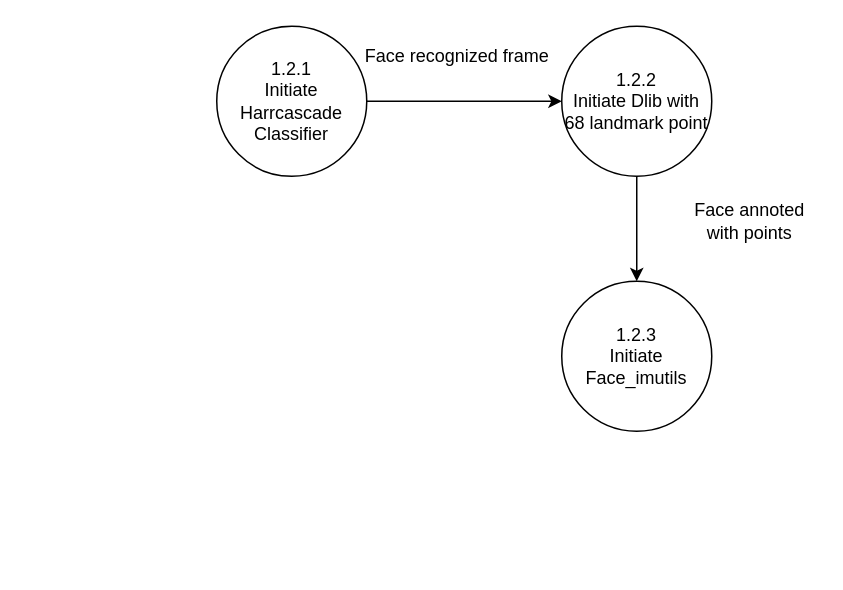
This is dfdlevel3.drawio from jonamadk/DrawIO, a draw.io file, before an edit. Source tidied: cells renumbered, new cells numbered last; positions are measured from the earlier drawing's top-left corner, leaving out a move shared by most shapes. Both pictures are drawn from the tidied source at 150%, with x=0, y=0 at pixel (216, 26).
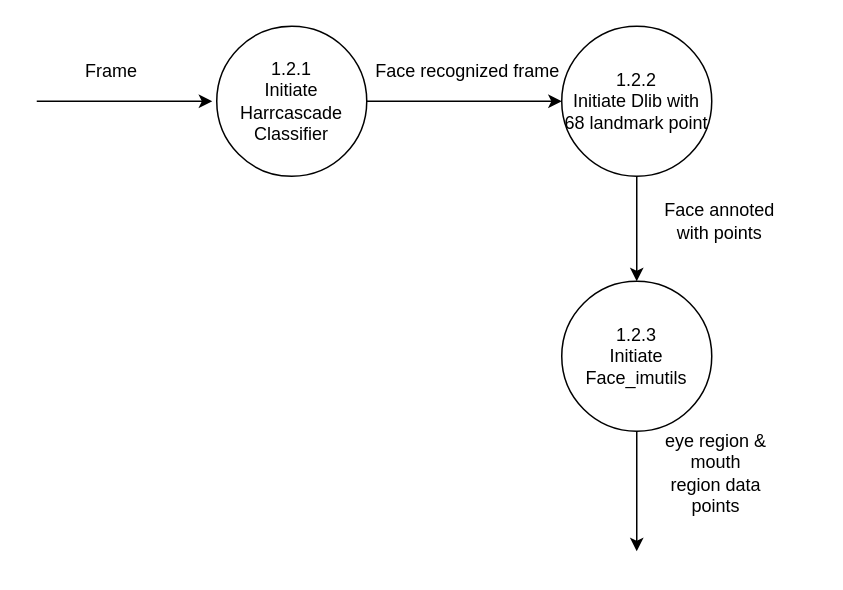
After the change.

Change to the diagram source:
```diff
@@
 <mxGraphModel>
   <root>
     <mxCell id="0" />
     <mxCell id="1" parent="0" />
     <mxCell id="2" value="1.2.1&lt;br&gt;Initiate Harrcascade&lt;br&gt;Classifier" style="ellipse;whiteSpace=wrap;html=1;" parent="1" vertex="1">
       <mxGeometry width="100" height="100" as="geometry" />
     </mxCell>
     <mxCell id="3" value="1.2.2&lt;br&gt;Initiate Dlib with 68 landmark point" style="ellipse;whiteSpace=wrap;html=1;" parent="1" vertex="1">
       <mxGeometry x="230" width="100" height="100" as="geometry" />
     </mxCell>
     <mxCell id="4" style="endArrow=classic;html=1;exitX=1;exitY=0.5;exitDx=0;exitDy=0;entryX=0;entryY=0.5;entryDx=0;entryDy=0;" parent="1" edge="1" source="2" target="3">
       <mxGeometry relative="1" as="geometry" />
     </mxCell>
     <mxCell id="5" value="Face recognized frame" style="text;html=1;align=center;verticalAlign=middle;" parent="1" vertex="1">
-      <mxGeometry x="90" y="10" width="140" height="20" as="geometry" />
+      <mxGeometry x="97" y="20" width="140" height="20" as="geometry" />
     </mxCell>
     <mxCell id="6" style="endArrow=classic;html=1;exitX=0.5;exitY=1;exitDx=0;exitDy=0;" parent="1" edge="1" source="3">
       <mxGeometry relative="1" as="geometry">
         <mxPoint x="280" y="170" as="targetPoint" />
       </mxGeometry>
     </mxCell>
     <mxCell id="7" value="Face annoted &lt;br&gt;with points" style="text;html=1;align=center;verticalAlign=middle;" parent="1" vertex="1">
-      <mxGeometry x="310" y="115" width="90" height="30" as="geometry" />
+      <mxGeometry x="290" y="115" width="90" height="30" as="geometry" />
     </mxCell>
     <mxCell id="8" value="1.2.3&lt;br&gt;Initiate Face_imutils" style="ellipse;whiteSpace=wrap;html=1;" parent="1" vertex="1">
       <mxGeometry x="230" y="170" width="100" height="100" as="geometry" />
     </mxCell>
+    <mxCell id="9" style="endArrow=classic;html=1;" parent="1" edge="1">
+      <mxGeometry relative="1" as="geometry">
+        <mxPoint x="-120" y="50" as="sourcePoint" />
+        <mxPoint x="-3" y="50" as="targetPoint" />
+      </mxGeometry>
+    </mxCell>
+    <mxCell id="10" value="Frame" style="text;html=1;strokeColor=none;fillColor=none;align=center;verticalAlign=middle;whiteSpace=wrap;rounded=0;" parent="1" vertex="1">
+      <mxGeometry x="-90" y="20" width="40" height="20" as="geometry" />
+    </mxCell>
+    <mxCell id="11" style="endArrow=classic;html=1;" parent="1" edge="1" source="8">
+      <mxGeometry relative="1" as="geometry">
+        <mxPoint x="280" y="350" as="targetPoint" />
+      </mxGeometry>
+    </mxCell>
+    <mxCell id="12" value="&lt;span&gt;eye region &amp;amp; mouth region data points&lt;/span&gt;" style="text;html=1;strokeColor=none;fillColor=none;align=center;verticalAlign=middle;whiteSpace=wrap;rounded=0;" parent="1" vertex="1">
+      <mxGeometry x="298" y="280" width="70" height="35" as="geometry" />
+    </mxCell>
   </root>
 </mxGraphModel>
```
